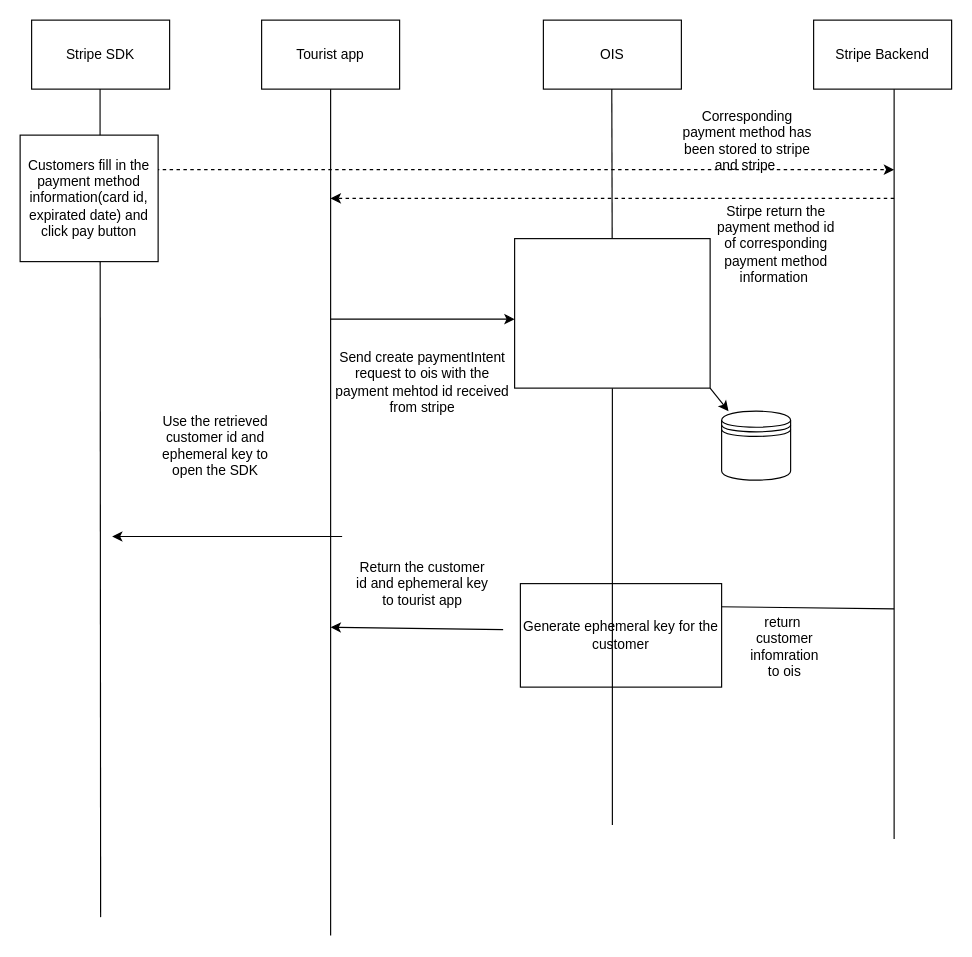
miralover/Luke-springboot-ecommerce keeps this draw.io diagram as Untitled Diagram.drawio. Above is the earlier version. Source tidied: cells renumbered, new cells numbered last; positions are measured from the earlier drawing's top-left corner, leaving out a move shared by most shapes. Both pictures are drawn from the tidied source at 115%, with x=0, y=0 at pixel (20, 20).
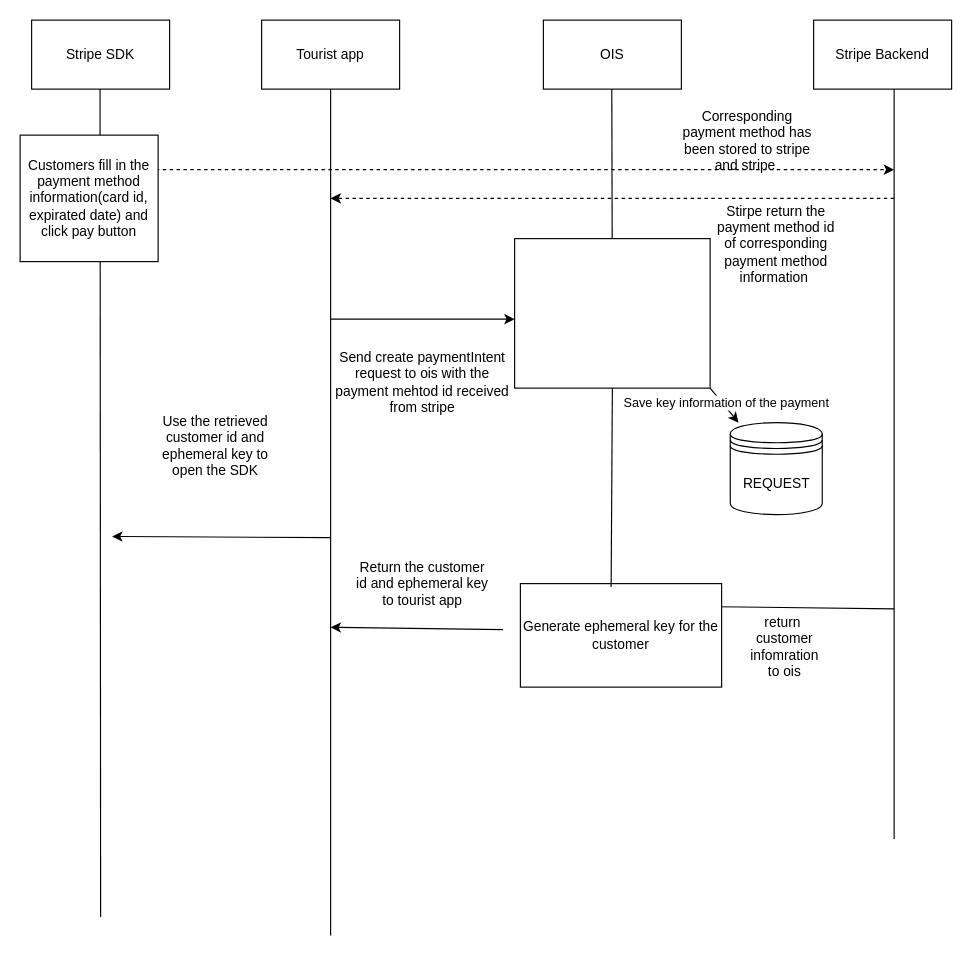
After the change.

Unchanged cells that the change refers to:
```xml
<mxCell id="17" value="Generate ephemeral key for the customer" style="rounded=0;whiteSpace=wrap;html=1;" parent="1" vertex="1">
  <mxGeometry x="435" y="490" width="175" height="90" as="geometry" />
</mxCell>
<mxCell id="26" style="rounded=0;whiteSpace=wrap;html=1;" parent="1" vertex="1">
  <mxGeometry x="430" y="190" width="170" height="130" as="geometry" />
</mxCell>
<mxCell id="27" style="endArrow=classic;html=1;rounded=0;exitX=1;exitY=1;exitDx=0;exitDy=0;" parent="1" edge="1" source="26" target="12">
  <mxGeometry relative="1" as="geometry" />
</mxCell>
```

What changed in the source:
```diff
@@
-    <mxCell id="12" style="shape=datastore;whiteSpace=wrap;html=1;" parent="1" vertex="1">
-      <mxGeometry x="610" y="340" width="60" height="60" as="geometry" />
+    <mxCell id="12" value="REQUEST" style="shape=datastore;whiteSpace=wrap;html=1;" parent="1" vertex="1">
+      <mxGeometry x="617.5" y="350" width="80" height="80" as="geometry" />
     </mxCell>
     <mxCell id="13" style="endArrow=classic;html=1;rounded=0;" parent="1" edge="1">
       <mxGeometry relative="1" as="geometry">
-        <mxPoint x="280" y="449" as="sourcePoint" />
+        <mxPoint x="270" y="450" as="sourcePoint" />
         <mxPoint x="80" y="449" as="targetPoint" />
       </mxGeometry>
     </mxCell>
@@
-    <mxCell id="25" style="endArrow=none;html=1;rounded=0;entryX=0.5;entryY=1;entryDx=0;entryDy=0;" parent="1" edge="1" target="26">
-      <mxGeometry relative="1" as="geometry">
-        <mxPoint x="515" y="700" as="sourcePoint" />
-      </mxGeometry>
+    <mxCell id="25" style="endArrow=none;html=1;rounded=0;entryX=0.5;entryY=1;entryDx=0;entryDy=0;exitX=0.451;exitY=0.033;exitDx=0;exitDy=0;exitPerimeter=0;" parent="1" edge="1" source="17" target="26">
+      <mxGeometry relative="1" as="geometry" />
     </mxCell>
@@
+    <mxCell id="28" value="Save key information of the payment" style="edgeLabel;html=1;align=center;verticalAlign=middle;" parent="27" vertex="1">
+      <mxGeometry x="-0.06" y="3" relative="1" as="geometry" />
+    </mxCell>
```
